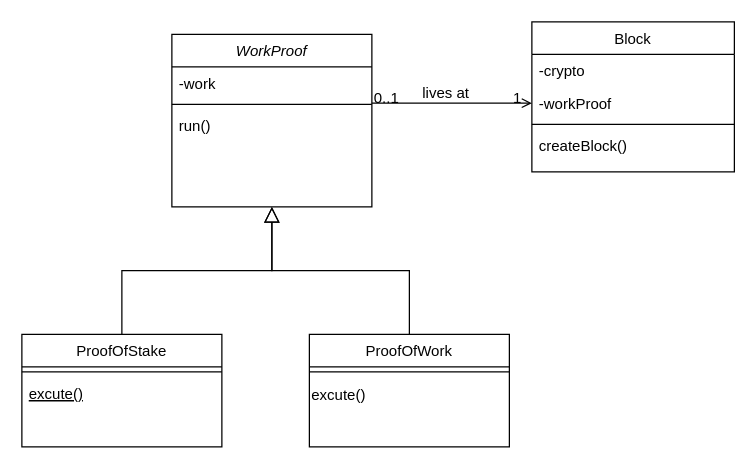
The draw.io diagram 제목 없는 다이어그램.drawio in nazzzo/Block8, before the edit. Source tidied: cells renumbered, new cells numbered last; positions are measured from the earlier drawing's top-left corner, leaving out a move shared by most shapes. Both pictures are drawn from the tidied source at 125%, with x=0, y=0 at pixel (21, 21).
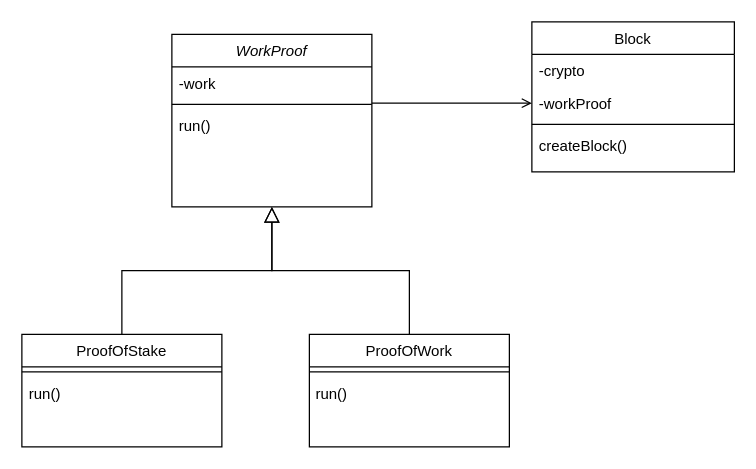
Above is the later version.

Commit message (it also covers changes not shown here):
제목 없는 다이어그램.drawio 업데이트

Unchanged cells that the change refers to:
```xml
<mxCell id="6" value="ProofOfStake" style="swimlane;fontStyle=0;align=center;verticalAlign=top;horizontal=1;startSize=26;rounded=0;shadow=0;strokeWidth=1;" parent="1" vertex="1">
  <mxGeometry y="250" width="160" height="90" as="geometry" />
</mxCell>
<mxCell id="10" value="ProofOfWork" style="swimlane;fontStyle=0;align=center;verticalAlign=top;horizontal=1;startSize=26;rounded=0;shadow=0;strokeWidth=1;" parent="1" vertex="1">
  <mxGeometry x="230" y="250" width="160" height="90" as="geometry" />
</mxCell>
<mxCell id="19" style="endArrow=open;shadow=0;strokeWidth=1;rounded=0;endFill=1;edgeStyle=elbowEdgeStyle;elbow=vertical;" parent="1" edge="1" source="2" target="14">
  <mxGeometry x="0.5" y="41" relative="1" as="geometry">
    <mxPoint x="-40" y="32" as="offset" />
  </mxGeometry>
</mxCell>
```

The edit, as a diff of the source:
```diff
@@
-    <mxCell id="8" value="excute()" style="text;align=left;verticalAlign=top;spacingLeft=4;spacingRight=4;overflow=hidden;fontStyle=4;" parent="6" vertex="1">
+    <mxCell id="8" value="run()" style="text;align=left;verticalAlign=top;spacingLeft=4;spacingRight=4;overflow=hidden;fontStyle=0;" parent="6" vertex="1">
       <mxGeometry y="34" width="160" height="26" as="geometry" />
     </mxCell>
@@
-    <mxCell id="12" value="excute()" style="text;html=1;align=left;verticalAlign=middle;strokeColor=none;fillColor=none;" parent="10" vertex="1">
+    <mxCell id="12" value="&amp;nbsp;run()" style="text;html=1;align=left;verticalAlign=top;strokeColor=none;fillColor=none;fontStyle=0;" parent="10" vertex="1">
       <mxGeometry y="34" width="160" height="30" as="geometry" />
     </mxCell>
@@
-    <mxCell id="20" value="0..1" style="align=left;verticalAlign=bottom;labelBackgroundColor=none;fontSize=12;" parent="19" vertex="1">
-      <mxGeometry x="-1" relative="1" as="geometry">
-        <mxPoint y="4" as="offset" />
-      </mxGeometry>
-    </mxCell>
-    <mxCell id="21" value="1" style="align=right;verticalAlign=bottom;labelBackgroundColor=none;fontSize=12;" parent="19" vertex="1">
-      <mxGeometry x="1" relative="1" as="geometry">
-        <mxPoint x="-7" y="4" as="offset" />
-      </mxGeometry>
-    </mxCell>
-    <mxCell id="22" value="lives at" style="text;html=1;align=center;verticalAlign=middle;labelBackgroundColor=none;rounded=0;shadow=0;strokeWidth=1;fontSize=12;" parent="19" vertex="1">
-      <mxGeometry x="0.5" y="49" relative="1" as="geometry">
-        <mxPoint x="-38" y="40" as="offset" />
-      </mxGeometry>
-    </mxCell>
```
